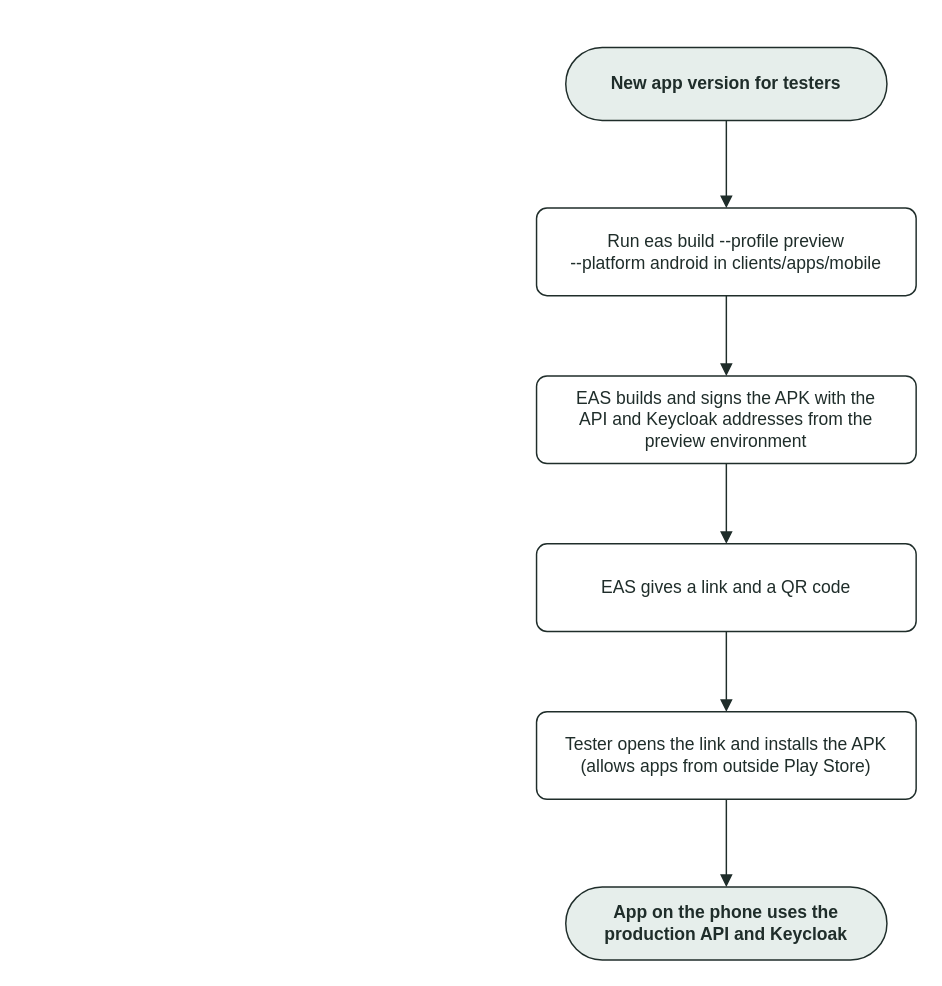
Above: docs/assets/drawio/eas-release-flow.drawio in Mosekjaer/prepmeup (draw.io), before the change. Source tidied: cells renumbered, new cells numbered last; positions are measured from the earlier drawing's top-left corner, leaving out a move shared by most shapes. Both pictures are drawn from the tidied source at 146%, with x=0, y=0 at pixel (536, 47).
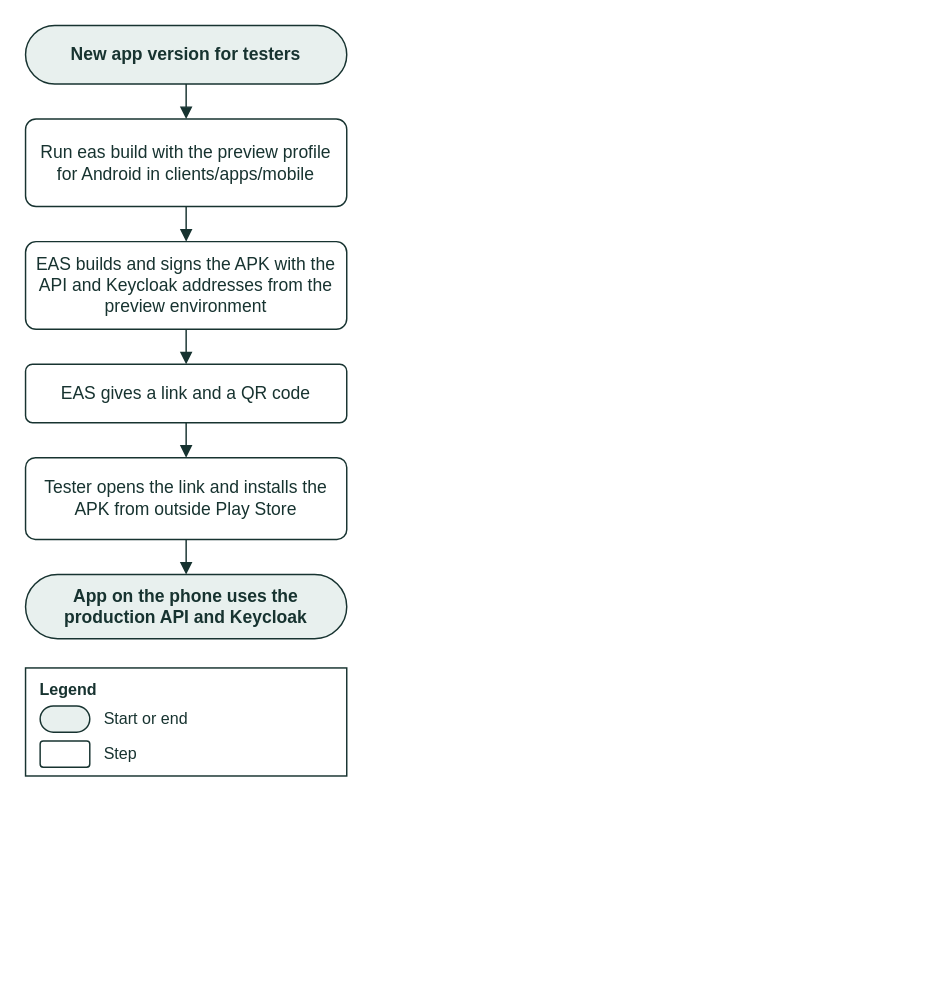
The same diagram, later.

What changed in the source:
```diff
@@
 <mxGraphModel>
   <root>
     <mxCell id="0" />
     <mxCell id="1" parent="0" />
-    <mxCell id="2" value="New app version for testers" style="rounded=1;arcSize=50;whiteSpace=wrap;html=1;fillColor=#e6eeeb;strokeColor=#1f2d2a;fontColor=#1f2d2a;fontStyle=1;fontSize=12;" parent="1" vertex="1">
-      <mxGeometry x="20" width="220" height="50" as="geometry" />
+    <mxCell id="2" value="New app version for testers" style="rounded=1;arcSize=50;whiteSpace=wrap;html=1;fillColor=#E8F0EE;strokeColor=#173330;fontColor=#173330;fontStyle=1;fontSize=12;fontFamily=Arial;" parent="1" vertex="1">
+      <mxGeometry x="-350" y="-15" width="220" height="40" as="geometry" />
     </mxCell>
-    <mxCell id="3" value="Run eas build --profile preview&lt;br&gt;--platform android in clients/apps/mobile" style="rounded=1;arcSize=12;whiteSpace=wrap;html=1;fillColor=#ffffff;strokeColor=#1f2d2a;fontColor=#1f2d2a;fontSize=12;" parent="1" vertex="1">
-      <mxGeometry y="110" width="260" height="60" as="geometry" />
+    <mxCell id="3" value="Run eas build with the preview profile for Android in clients/apps/mobile" style="rounded=1;arcSize=12;whiteSpace=wrap;html=1;spacingLeft=6;spacingRight=6;fillColor=#FFFFFF;strokeColor=#173330;fontColor=#173330;fontSize=12;fontFamily=Arial;" parent="1" vertex="1">
+      <mxGeometry x="-350" y="49" width="220" height="60" as="geometry" />
     </mxCell>
-    <mxCell id="4" value="EAS builds and signs the APK with the&lt;br&gt;API and Keycloak addresses from the&lt;br&gt;preview environment" style="rounded=1;arcSize=12;whiteSpace=wrap;html=1;fillColor=#ffffff;strokeColor=#1f2d2a;fontColor=#1f2d2a;fontSize=12;" parent="1" vertex="1">
-      <mxGeometry y="225" width="260" height="60" as="geometry" />
+    <mxCell id="4" value="EAS builds and signs the APK with the API and Keycloak addresses from the preview environment" style="rounded=1;arcSize=12;whiteSpace=wrap;html=1;spacingLeft=6;spacingRight=6;fillColor=#FFFFFF;strokeColor=#173330;fontColor=#173330;fontSize=12;fontFamily=Arial;" parent="1" vertex="1">
+      <mxGeometry x="-350" y="133" width="220" height="60" as="geometry" />
     </mxCell>
-    <mxCell id="5" value="EAS gives a link and a QR code" style="rounded=1;arcSize=12;whiteSpace=wrap;html=1;fillColor=#ffffff;strokeColor=#1f2d2a;fontColor=#1f2d2a;fontSize=12;" parent="1" vertex="1">
-      <mxGeometry y="340" width="260" height="60" as="geometry" />
+    <mxCell id="5" value="EAS gives a link and a QR code" style="rounded=1;arcSize=12;whiteSpace=wrap;html=1;spacingLeft=6;spacingRight=6;fillColor=#FFFFFF;strokeColor=#173330;fontColor=#173330;fontSize=12;fontFamily=Arial;" parent="1" vertex="1">
+      <mxGeometry x="-350" y="217" width="220" height="40" as="geometry" />
     </mxCell>
-    <mxCell id="6" value="Tester opens the link and installs the APK&lt;br&gt;(allows apps from outside Play Store)" style="rounded=1;arcSize=12;whiteSpace=wrap;html=1;fillColor=#ffffff;strokeColor=#1f2d2a;fontColor=#1f2d2a;fontSize=12;" parent="1" vertex="1">
-      <mxGeometry y="455" width="260" height="60" as="geometry" />
+    <mxCell id="6" value="Tester opens the link and installs the APK from outside Play Store" style="rounded=1;arcSize=12;whiteSpace=wrap;html=1;spacingLeft=6;spacingRight=6;fillColor=#FFFFFF;strokeColor=#173330;fontColor=#173330;fontSize=12;fontFamily=Arial;" parent="1" vertex="1">
+      <mxGeometry x="-350" y="281" width="220" height="56" as="geometry" />
     </mxCell>
-    <mxCell id="7" value="App on the phone uses the&lt;br&gt;production API and Keycloak" style="rounded=1;arcSize=50;whiteSpace=wrap;html=1;fillColor=#e6eeeb;strokeColor=#1f2d2a;fontColor=#1f2d2a;fontStyle=1;fontSize=12;" parent="1" vertex="1">
-      <mxGeometry x="20" y="575" width="220" height="50" as="geometry" />
+    <mxCell id="7" value="App on the phone uses the production API and Keycloak" style="rounded=1;arcSize=50;whiteSpace=wrap;html=1;fillColor=#E8F0EE;strokeColor=#173330;fontColor=#173330;fontStyle=1;fontSize=12;fontFamily=Arial;" parent="1" vertex="1">
+      <mxGeometry x="-350" y="361" width="220" height="44" as="geometry" />
     </mxCell>
+    <mxCell id="13" value="Legend" style="rounded=0;whiteSpace=wrap;html=1;fillColor=#FFFFFF;strokeColor=#173330;fontColor=#173330;verticalAlign=top;align=left;spacingLeft=8;spacingTop=2;fontStyle=1;fontSize=11;fontFamily=Arial;" parent="1" vertex="1">
+      <mxGeometry x="-350" y="425" width="220" height="74" as="geometry" />
+    </mxCell>
+    <mxCell id="14" style="rounded=1;arcSize=50;whiteSpace=wrap;html=1;fillColor=#E8F0EE;strokeColor=#173330;fontColor=#173330;fontStyle=1;fontSize=12;fontFamily=Arial;" parent="13" vertex="1">
+      <mxGeometry x="10" y="26" width="34" height="18" as="geometry" />
+    </mxCell>
+    <mxCell id="15" value="Start or end" style="text;html=1;align=left;verticalAlign=middle;whiteSpace=wrap;fontColor=#173330;fontSize=11;fontFamily=Arial;" parent="13" vertex="1">
+      <mxGeometry x="52" y="25" width="162" height="20" as="geometry" />
+    </mxCell>
+    <mxCell id="16" style="rounded=1;arcSize=12;whiteSpace=wrap;html=1;spacingLeft=6;spacingRight=6;fillColor=#FFFFFF;strokeColor=#173330;fontColor=#173330;fontSize=12;fontFamily=Arial;" parent="13" vertex="1">
+      <mxGeometry x="10" y="50" width="34" height="18" as="geometry" />
+    </mxCell>
+    <mxCell id="17" value="Step" style="text;html=1;align=left;verticalAlign=middle;whiteSpace=wrap;fontColor=#173330;fontSize=11;fontFamily=Arial;" parent="13" vertex="1">
+      <mxGeometry x="52" y="49" width="162" height="20" as="geometry" />
+    </mxCell>
-    <mxCell id="8" style="edgeStyle=orthogonalEdgeStyle;rounded=0;html=1;strokeColor=#1f2d2a;endArrow=block;endFill=1;fontSize=11;fontColor=#1f2d2a;labelBackgroundColor=#ffffff;" parent="1" edge="1" source="2" target="3">
+    <mxCell id="8" style="edgeStyle=orthogonalEdgeStyle;rounded=0;html=1;strokeColor=#173330;endArrow=block;endFill=1;fontSize=11;fontColor=#173330;labelBackgroundColor=#FFFFFF;fontFamily=Arial;exitX=0.5;exitY=1;exitDx=0;exitDy=0;entryX=0.5;entryY=0;entryDx=0;entryDy=0;" parent="1" edge="1" source="2" target="3">
       <mxGeometry relative="1" as="geometry" />
     </mxCell>
-    <mxCell id="9" style="edgeStyle=orthogonalEdgeStyle;rounded=0;html=1;strokeColor=#1f2d2a;endArrow=block;endFill=1;fontSize=11;fontColor=#1f2d2a;labelBackgroundColor=#ffffff;" parent="1" edge="1" source="3" target="4">
+    <mxCell id="9" style="edgeStyle=orthogonalEdgeStyle;rounded=0;html=1;strokeColor=#173330;endArrow=block;endFill=1;fontSize=11;fontColor=#173330;labelBackgroundColor=#FFFFFF;fontFamily=Arial;exitX=0.5;exitY=1;exitDx=0;exitDy=0;entryX=0.5;entryY=0;entryDx=0;entryDy=0;" parent="1" edge="1" source="3" target="4">
       <mxGeometry relative="1" as="geometry" />
     </mxCell>
-    <mxCell id="10" style="edgeStyle=orthogonalEdgeStyle;rounded=0;html=1;strokeColor=#1f2d2a;endArrow=block;endFill=1;fontSize=11;fontColor=#1f2d2a;labelBackgroundColor=#ffffff;" parent="1" edge="1" source="4" target="5">
+    <mxCell id="10" style="edgeStyle=orthogonalEdgeStyle;rounded=0;html=1;strokeColor=#173330;endArrow=block;endFill=1;fontSize=11;fontColor=#173330;labelBackgroundColor=#FFFFFF;fontFamily=Arial;exitX=0.5;exitY=1;exitDx=0;exitDy=0;entryX=0.5;entryY=0;entryDx=0;entryDy=0;" parent="1" edge="1" source="4" target="5">
       <mxGeometry relative="1" as="geometry" />
     </mxCell>
-    <mxCell id="11" style="edgeStyle=orthogonalEdgeStyle;rounded=0;html=1;strokeColor=#1f2d2a;endArrow=block;endFill=1;fontSize=11;fontColor=#1f2d2a;labelBackgroundColor=#ffffff;" parent="1" edge="1" source="5" target="6">
+    <mxCell id="11" style="edgeStyle=orthogonalEdgeStyle;rounded=0;html=1;strokeColor=#173330;endArrow=block;endFill=1;fontSize=11;fontColor=#173330;labelBackgroundColor=#FFFFFF;fontFamily=Arial;exitX=0.5;exitY=1;exitDx=0;exitDy=0;entryX=0.5;entryY=0;entryDx=0;entryDy=0;" parent="1" edge="1" source="5" target="6">
       <mxGeometry relative="1" as="geometry" />
     </mxCell>
-    <mxCell id="12" style="edgeStyle=orthogonalEdgeStyle;rounded=0;html=1;strokeColor=#1f2d2a;endArrow=block;endFill=1;fontSize=11;fontColor=#1f2d2a;labelBackgroundColor=#ffffff;" parent="1" edge="1" source="6" target="7">
+    <mxCell id="12" style="edgeStyle=orthogonalEdgeStyle;rounded=0;html=1;strokeColor=#173330;endArrow=block;endFill=1;fontSize=11;fontColor=#173330;labelBackgroundColor=#FFFFFF;fontFamily=Arial;exitX=0.5;exitY=1;exitDx=0;exitDy=0;entryX=0.5;entryY=0;entryDx=0;entryDy=0;" parent="1" edge="1" source="6" target="7">
       <mxGeometry relative="1" as="geometry" />
     </mxCell>
   </root>
 </mxGraphModel>
```
